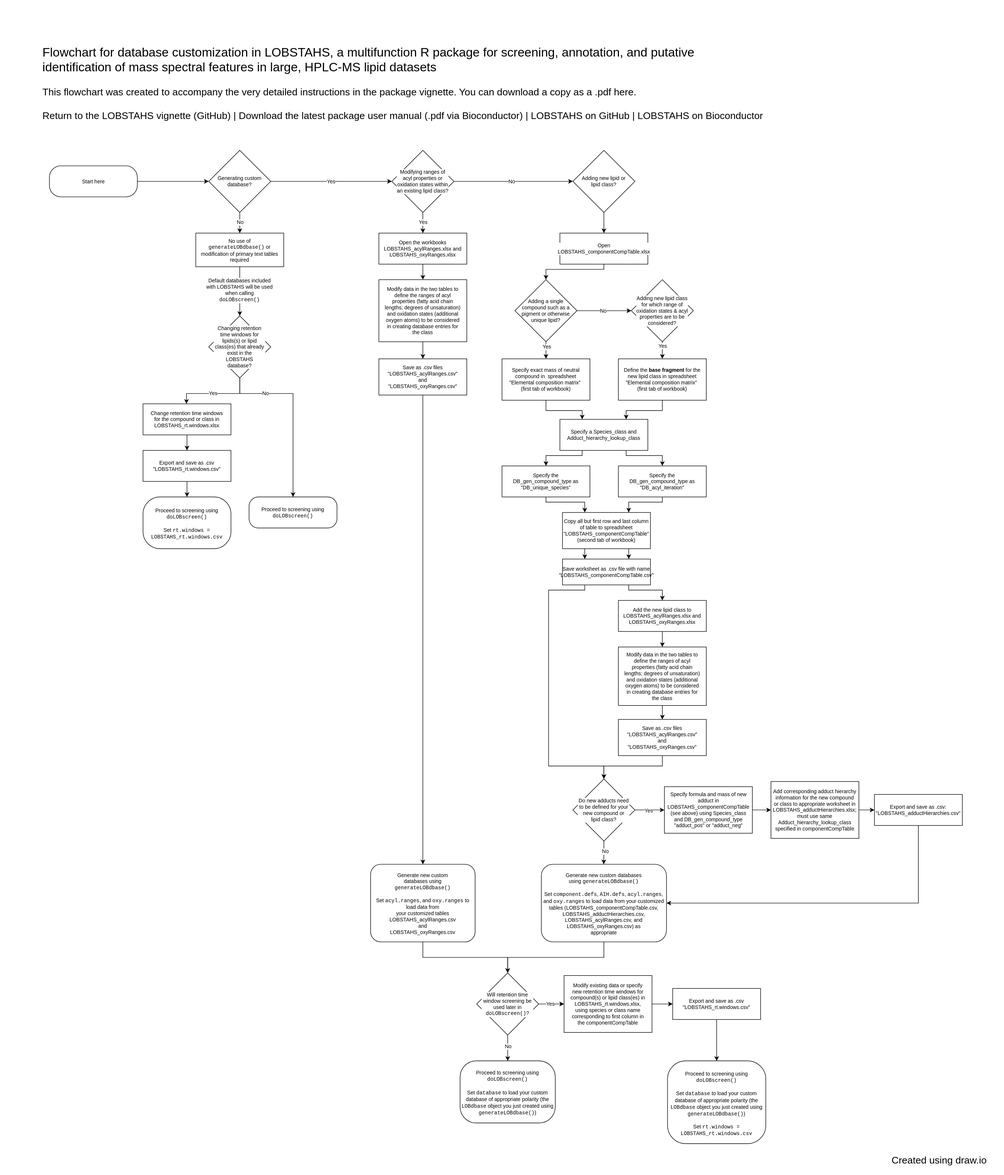
The draw.io diagram LOBSTAHS/DB_customization/LOBSTAHS_DB_customization_process.svg in vanmooylipidomics/vanmooylipidomics.github.io, before a commit. Source tidied: cells renumbered, new cells last; positions are measured from the earlier drawing's top-left corner, leaving out a move shared by most shapes.
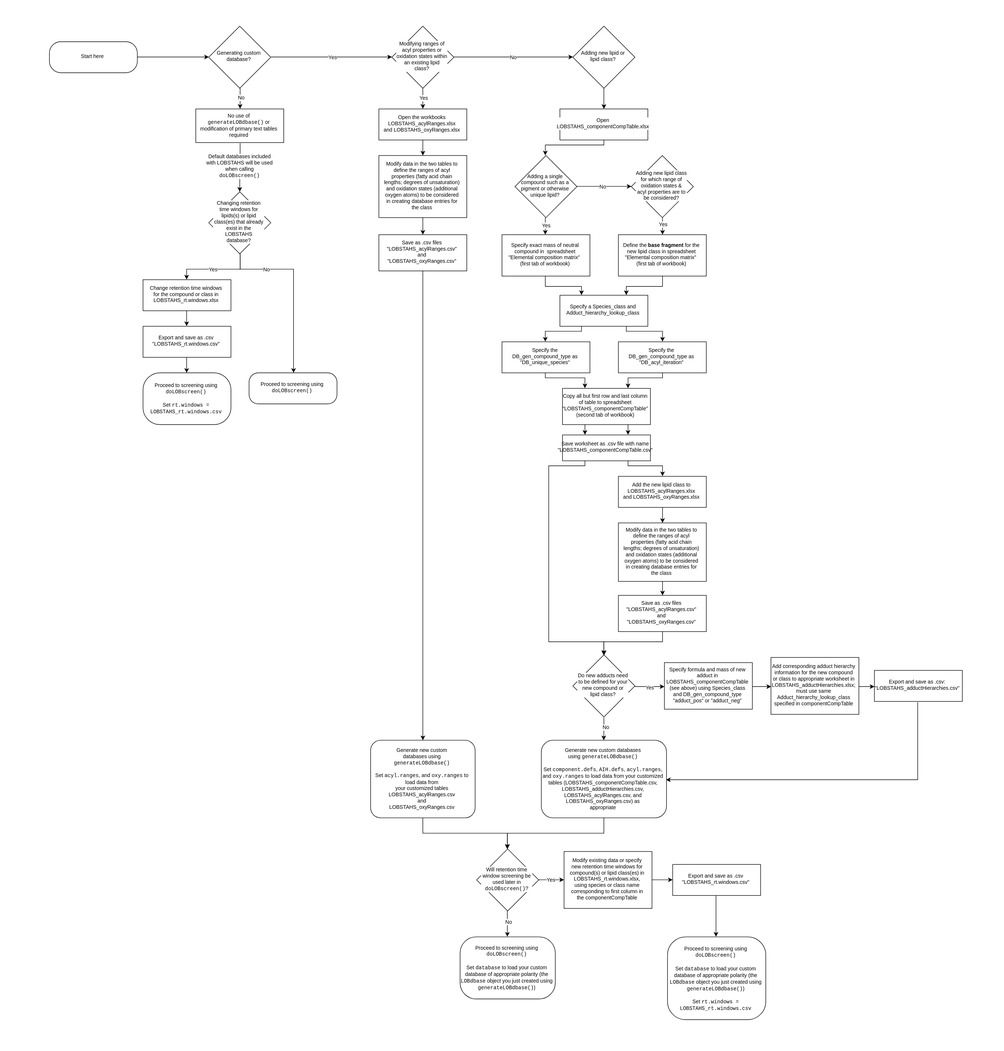
Later version of the same file.

Commit message:
New flow charts

Change to the diagram source:
```diff
@@ -3,7 +3,7 @@
     <mxCell id="0" />
     <mxCell id="1" parent="0" />
     <mxCell id="2" style="whiteSpace=wrap;html=1;rounded=0;shadow=0;glass=0;labelBackgroundColor=none;strokeColor=none;fillColor=none;gradientColor=#FFFFFF;fontSize=19;fontColor=#000000;align=left;" parent="1" vertex="1">
-      <mxGeometry width="1940" height="2270" as="geometry" />
+      <mxGeometry y="240" width="1940" height="2030" as="geometry" />
     </mxCell>
     <mxCell id="3" style="edgeStyle=orthogonalEdgeStyle;rounded=0;html=1;exitX=0.5;exitY=1;entryX=0.5;entryY=0;jettySize=auto;labelBackgroundColor=none;labelPosition=center;verticalLabelPosition=middle;align=center;verticalAlign=middle;horizontal=1;fontSize=10;spacing=10;" parent="1" edge="1" source="7" target="9">
       <mxGeometry relative="1" as="geometry" />
@@ -375,11 +375,5 @@
     <mxCell id="96" value="Proceed to screening using &lt;font face=&quot;Courier New&quot;&gt;&lt;a href=&quot;http://bioconductor.org/packages/devel/bioc/manuals/LOBSTAHS/man/LOBSTAHS.pdf#Rfn.doLOBscreen&quot; target=&quot;_blank&quot;&gt;doLOBscreen()&lt;/a&gt;&lt;br&gt;&lt;br&gt;&lt;/font&gt;Set &lt;font face=&quot;Courier New&quot;&gt;database&lt;font face=&quot;Helvetica&quot;&gt; to load your custom database of appropriate polarity (the &lt;font face=&quot;Courier New&quot;&gt;LOBdbase&lt;/font&gt; object you just created using&lt;/font&gt; &lt;a href=&quot;http://bioconductor.org/packages/devel/bioc/manuals/LOBSTAHS/man/LOBSTAHS.pdf#Rfn.generateLOBdbase&quot; target=&quot;_blank&quot;&gt;generateLOBdbase()&lt;/a&gt;&lt;font face=&quot;Helvetica&quot;&gt;)&lt;/font&gt;&lt;/font&gt;&lt;br&gt;&lt;br&gt;Set &lt;font face=&quot;Courier New&quot;&gt;rt.windows = LOBSTAHS_rt.windows.csv&lt;/font&gt;&lt;br&gt;" style="rounded=1;whiteSpace=wrap;html=1;shadow=0;glass=0;labelBackgroundColor=none;strokeColor=#000000;fillColor=#ffffff;gradientColor=#FFFFFF;fontSize=10;fontColor=#000000;align=center;arcSize=22;" parent="1" vertex="1">
       <mxGeometry x="1290" y="2050" width="190" height="160" as="geometry" />
     </mxCell>
-    <mxCell id="97" value="&lt;font style=&quot;font-size: 24px&quot;&gt;Flowchart for database customization in LOBSTAHS, a &lt;font&gt;multifunction R package for screening, annotation, and putative &lt;br&gt;identification of mass spectral features in large, HPLC-MS lipid datasets&lt;/font&gt;&lt;/font&gt;&lt;span itemprop=&quot;about&quot;&gt;&lt;br&gt;&lt;br&gt;This flowchart was created to accompany the very detailed instructions in the &lt;a href=&quot;https://github.com/vanmooylipidomics/LOBSTAHS/blob/master/vignettes/LOBSTAHS.Rmd&quot; target=&quot;_blank&quot;&gt;package vignette&lt;/a&gt;. You can &lt;a href=&quot;https://vanmooylipidomics.github.io/LOBSTAHS/DB_customization/LOBSTAHS_DB_customization_process.pdf&quot; target=&quot;_blank&quot;&gt;download a copy as a .pdf here&lt;/a&gt;.&lt;br&gt;&lt;br&gt;&lt;a href=&quot;https://github.com/vanmooylipidomics/LOBSTAHS/blob/master/vignettes/LOBSTAHS.Rmd&quot; target=&quot;_blank&quot;&gt;Return to the LOBSTAHS vignette&lt;/a&gt; (GitHub) | &lt;a href=&quot;http://bioconductor.org/packages/devel/bioc/manuals/LOBSTAHS/man/LOBSTAHS.pdf&quot; target=&quot;_blank&quot;&gt;Download the latest package user manual&lt;/a&gt; (.pdf via Bioconductor) | &lt;a href=&quot;https://github.com/vanmooylipidomics/LOBSTAHS&quot; target=&quot;_blank&quot;&gt;LOBSTAHS on GitHub&lt;/a&gt; | &lt;a href=&quot;http://bioconductor.org/packages/LOBSTAHS&quot; target=&quot;_blank&quot;&gt;LOBSTAHS on Bioconductor&lt;/a&gt;&lt;br&gt;&lt;/span&gt;" style="text;html=1;strokeColor=none;fillColor=none;align=left;verticalAlign=middle;whiteSpace=wrap;rounded=0;shadow=0;glass=0;labelBackgroundColor=none;fontSize=19;fontColor=#000000;" parent="1" vertex="1">
-      <mxGeometry x="80" y="150" width="1535" height="20" as="geometry" />
-    </mxCell>
-    <mxCell id="98" value="Created using &lt;a href=&quot;https://www.draw.io/&quot; target=&quot;_blank&quot;&gt;draw.io&lt;/a&gt;&lt;br&gt;" style="text;html=1;strokeColor=none;fillColor=none;align=center;verticalAlign=middle;whiteSpace=wrap;rounded=0;shadow=0;glass=0;labelBackgroundColor=none;fontSize=19;fontColor=#000000;" parent="1" vertex="1">
-      <mxGeometry x="1720" y="2232" width="190" height="20" as="geometry" />
-    </mxCell>
   </root>
 </mxGraphModel>
```
